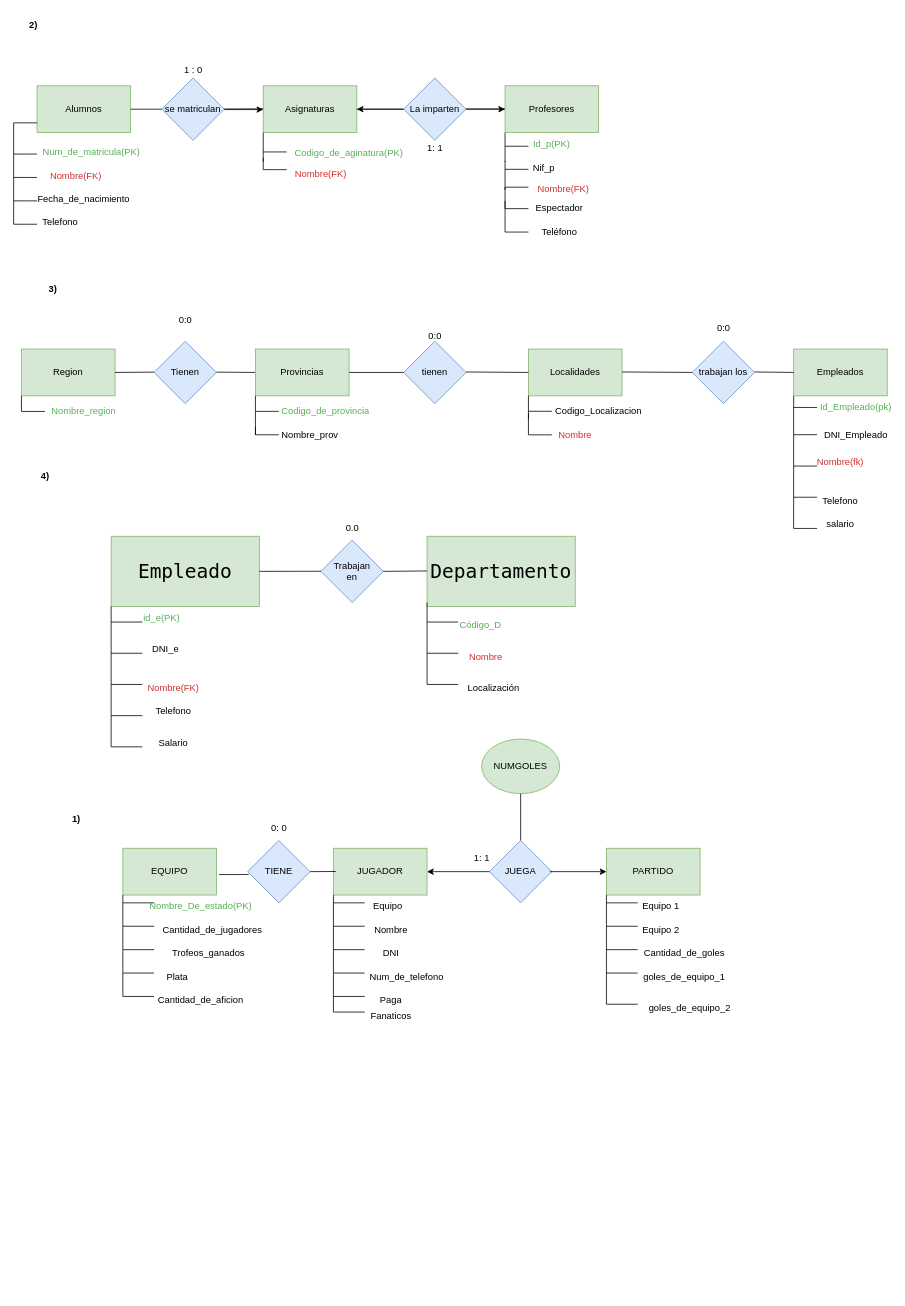
aoimonster/diagrama-e-r keeps this draw.io diagram as Diagrama sin título.drawio. Above is the earlier version. Source tidied: cells renumbered, new cells numbered last; positions are measured from the earlier drawing's top-left corner, leaving out a move shared by most shapes. Both pictures are drawn from the tidied source at 78%, with x=0, y=0 at pixel (13, 13).
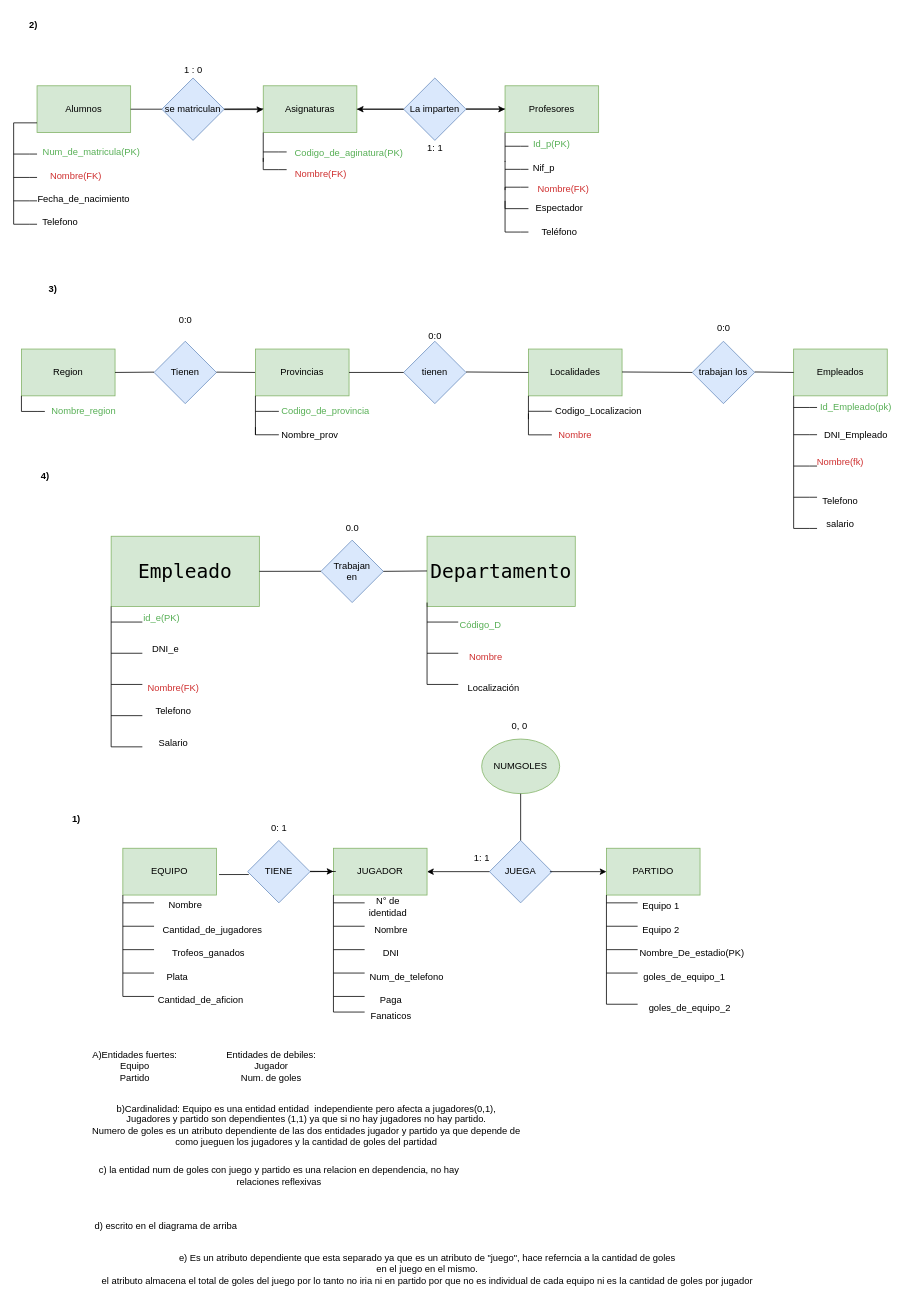
The same diagram, later.

Commit message:
añadido puntos de teoria.drawio

Unchanged cells that the change refers to:
```xml
<mxCell id="111" value="JUGADOR" style="rounded=0;whiteSpace=wrap;html=1;fillColor=#d5e8d4;strokeColor=#82b366;" parent="1" vertex="1">
  <mxGeometry x="410" y="1070" width="120" height="60" as="geometry" />
</mxCell>
```

Change to the diagram source:
```diff
@@
-    <mxCell id="127" value="&lt;font color=&quot;#57af55&quot;&gt;Nombre_De_estado(PK)&lt;/font&gt;" style="text;html=1;strokeColor=none;fillColor=none;align=center;verticalAlign=middle;whiteSpace=wrap;rounded=0;" parent="1" vertex="1">
-      <mxGeometry x="210" y="1130" width="60" height="30" as="geometry" />
+    <mxCell id="127" value="Nombre_De_estadio(PK)" style="text;html=1;strokeColor=none;fillColor=none;align=center;verticalAlign=middle;whiteSpace=wrap;rounded=0;" parent="1" vertex="1">
+      <mxGeometry x="840" y="1190" width="60" height="30" as="geometry" />
     </mxCell>
@@
-    <mxCell id="135" value="Equipo" style="text;html=1;strokeColor=none;fillColor=none;align=center;verticalAlign=middle;whiteSpace=wrap;rounded=0;" parent="1" vertex="1">
+    <mxCell id="135" value="N° de identidad" style="text;html=1;strokeColor=none;fillColor=none;align=center;verticalAlign=middle;whiteSpace=wrap;rounded=0;" parent="1" vertex="1">
       <mxGeometry x="450" y="1130" width="60" height="30" as="geometry" />
     </mxCell>
@@
-    <mxCell id="151" value="Cantidad_de_goles" style="text;html=1;strokeColor=none;fillColor=none;align=center;verticalAlign=middle;whiteSpace=wrap;rounded=0;" parent="1" vertex="1">
-      <mxGeometry x="800" y="1190" width="120" height="30" as="geometry" />
-    </mxCell>
@@
-    <mxCell id="163" value="0: 0" style="text;html=1;align=center;verticalAlign=middle;strokeColor=none;fillColor=none;" parent="1" vertex="1">
+    <mxCell id="163" value="0: 1" style="text;html=1;align=center;verticalAlign=middle;strokeColor=none;fillColor=none;" parent="1" vertex="1">
       <mxGeometry x="320" y="1030" width="40" height="30" as="geometry" />
     </mxCell>
+    <mxCell id="164" value="A)Entidades fuertes:&lt;br&gt;Equipo&lt;br&gt;Partido" style="text;html=1;align=center;verticalAlign=middle;strokeColor=none;fillColor=none;" parent="1" vertex="1">
+      <mxGeometry x="90" y="1320" width="130" height="60" as="geometry" />
+    </mxCell>
+    <mxCell id="165" value="Entidades de debiles:&lt;br&gt;Jugador&lt;br&gt;Num. de goles" style="text;html=1;align=center;verticalAlign=middle;strokeColor=none;fillColor=none;" parent="1" vertex="1">
+      <mxGeometry x="260" y="1320" width="140" height="60" as="geometry" />
+    </mxCell>
+    <mxCell id="166" value="b)Cardinalidad: Equipo es una entidad entidad&amp;nbsp; independiente pero afecta a jugadores(0,1), &lt;br&gt;Jugadores y partido son dependientes (1,1) ya que si no hay jugadores no hay partido.&lt;br&gt;Numero de goles es un atributo dependiente de las dos entidades jugador y partido ya que depende de&lt;br&gt;como jueguen los jugadores y la cantidad de goles del partidad" style="text;html=1;align=center;verticalAlign=middle;strokeColor=none;fillColor=none;" parent="1" vertex="1">
+      <mxGeometry x="90" y="1390" width="570" height="70" as="geometry" />
+    </mxCell>
+    <mxCell id="167" style="endArrow=classic;html=1;rounded=0;" parent="1" edge="1" target="111">
+      <mxGeometry relative="1" as="geometry">
+        <mxPoint x="380" y="1099.6" as="sourcePoint" />
+      </mxGeometry>
+    </mxCell>
+    <mxCell id="168" value="&amp;nbsp; &amp;nbsp; &amp;nbsp;0, 0" style="text;html=1;align=center;verticalAlign=middle;strokeColor=none;fillColor=none;" parent="1" vertex="1">
+      <mxGeometry x="610" y="898" width="60" height="30" as="geometry" />
+    </mxCell>
+    <mxCell id="169" value="c) la entidad num de goles con juego y partido es una relacion en dependencia, no hay&lt;br&gt;relaciones reflexivas" style="text;html=1;align=center;verticalAlign=middle;strokeColor=none;fillColor=none;" parent="1" vertex="1">
+      <mxGeometry x="95" y="1470" width="490" height="40" as="geometry" />
+    </mxCell>
+    <mxCell id="170" value="d) escrito en el diagrama de arriba" style="text;html=1;align=center;verticalAlign=middle;strokeColor=none;fillColor=none;" parent="1" vertex="1">
+      <mxGeometry x="90" y="1540" width="210" height="30" as="geometry" />
+    </mxCell>
+    <mxCell id="171" value="e) Es un atributo dependiente que esta separado ya que es un atributo de &quot;juego&quot;, hace referncia a la cantidad de goles&lt;br&gt;en el juego en el mismo. &lt;br&gt;el atributo almacena el total de goles del juego por lo tanto no iria ni en partido por que no es individual de cada equipo ni es la cantidad de goles por jugador" style="text;html=1;align=center;verticalAlign=middle;strokeColor=none;fillColor=none;" parent="1" vertex="1">
+      <mxGeometry x="100" y="1580" width="860" height="60" as="geometry" />
+    </mxCell>
+    <mxCell id="172" value="Nombre" style="text;html=1;align=center;verticalAlign=middle;strokeColor=none;fillColor=none;" parent="1" vertex="1">
+      <mxGeometry x="185" y="1128" width="70" height="30" as="geometry" />
+    </mxCell>
```
